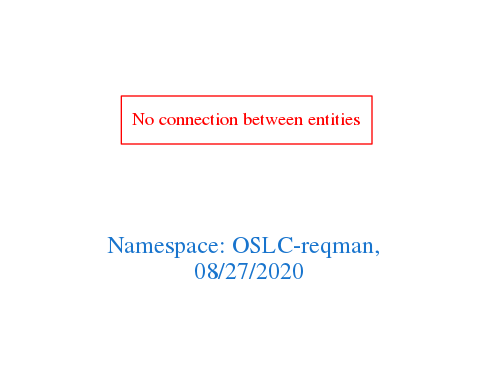
Earlier version of the Graphviz export downloads/OSLC-reqman.png (arago/OGIT). Its source is kept beside it as downloads/OSLC-reqman.dot.
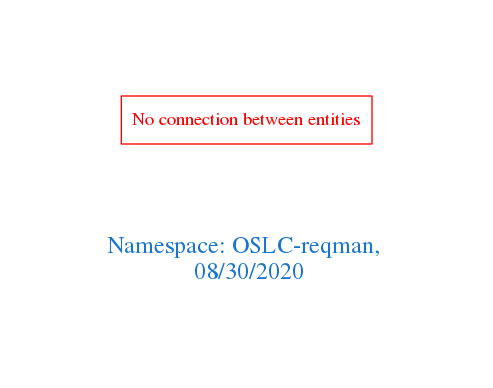
The same file after the commit.

Change to the diagram source:
```diff
@@ -1,7 +1,7 @@
 digraph OGIT_ontology {
  graph [ rankdir= LR,pad=1
 fontsize = 18,
-fontcolor= dodgerblue3,label = "\n\n\nNamespace: OSLC-reqman, \n 08/27/2020"];
+fontcolor= dodgerblue3,label = "\n\n\nNamespace: OSLC-reqman, \n 08/30/2020"];
 node[shape=polygon];
 edge [  color="gray81"];
 
```
